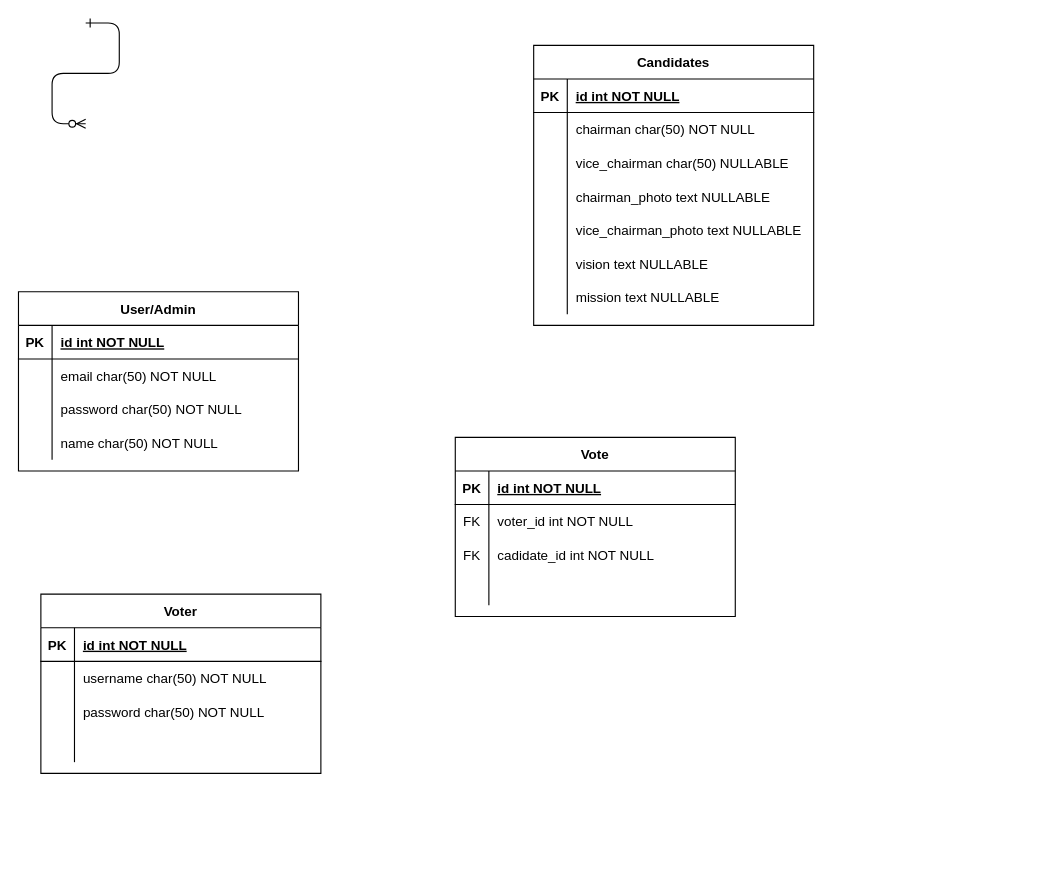
Earlier version of the draw.io diagram page "Page-1" (1 of 2) of Diagram Tanpa Judul.drawio (juanangelaalma/uml). Source tidied: cells renumbered, new cells numbered last; positions are measured from the earlier drawing's top-left corner, leaving out a move shared by most shapes. Both pictures are drawn from the tidied source at 112%, with x=0, y=0 at pixel (18, 22).
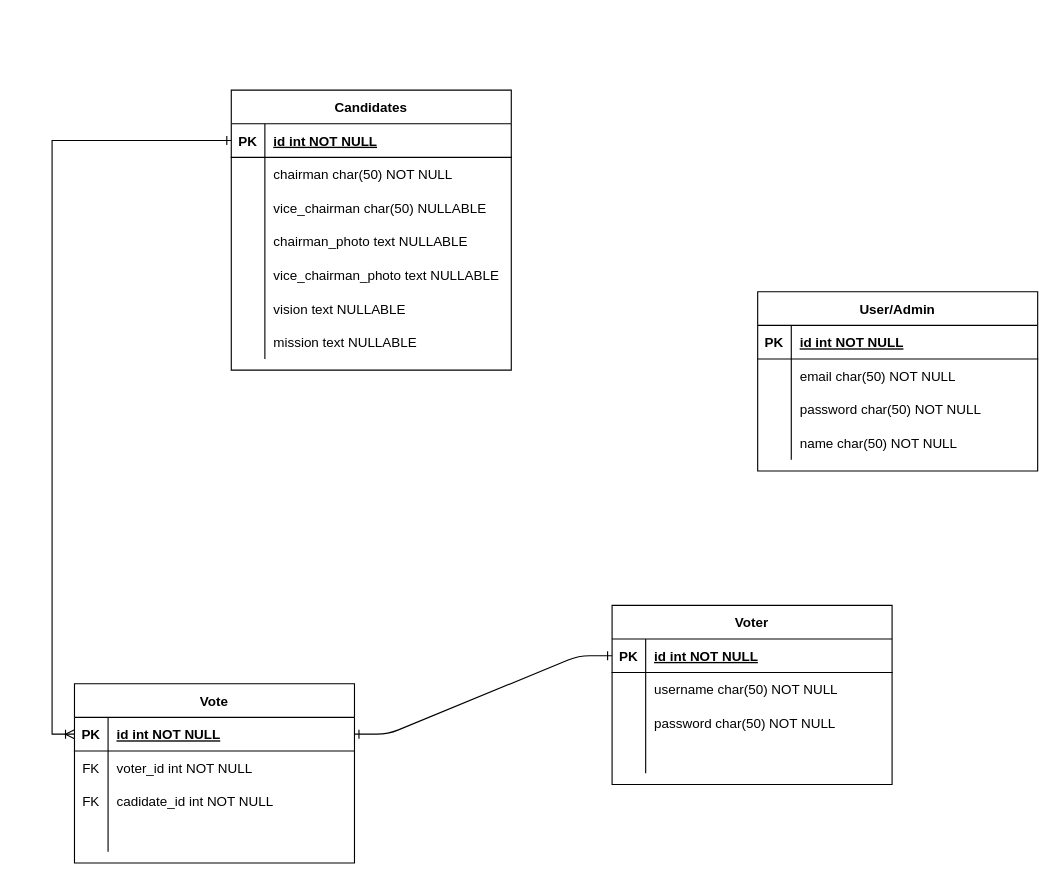
The same diagram, later.

Unchanged cells that the change refers to:
```xml
<mxCell id="4" style="shape=partialRectangle;fillColor=none;points=[[0,0.5],[1,0.5]];portConstraint=eastwest;top=0;left=0;right=0;bottom=1;" parent="3" vertex="1">
  <mxGeometry y="30" width="250" height="30" as="geometry" />
</mxCell>
<mxCell id="39" style="shape=partialRectangle;fillColor=none;points=[[0,0.5],[1,0.5]];portConstraint=eastwest;top=0;left=0;right=0;bottom=1;" parent="38" vertex="1">
  <mxGeometry y="30" width="250" height="30" as="geometry" />
</mxCell>
<mxCell id="52" style="shape=partialRectangle;fillColor=none;points=[[0,0.5],[1,0.5]];portConstraint=eastwest;top=0;left=0;right=0;bottom=1;" parent="51" vertex="1">
  <mxGeometry y="30" width="250" height="30" as="geometry" />
</mxCell>
```

Change to the diagram source:
```diff
@@
-    <mxCell id="2" style="edgeStyle=entityRelationEdgeStyle;endArrow=ERzeroToMany;startArrow=ERone;endFill=1;startFill=0;" parent="1" edge="1">
-      <mxGeometry relative="1" as="geometry">
-        <mxPoint x="60" as="sourcePoint" />
-        <mxPoint x="60" y="90" as="targetPoint" />
-      </mxGeometry>
+    <mxCell id="2" style="edgeStyle=entityRelationEdgeStyle;endArrow=ERone;startArrow=ERone;endFill=0;startFill=0;entryX=1;entryY=0.5;entryDx=0;entryDy=0;" parent="1" edge="1" source="39" target="52">
+      <mxGeometry relative="1" as="geometry" />
     </mxCell>
     <mxCell id="3" value="Candidates" style="shape=table;startSize=30;childLayout=tableLayout;rowLines=0;fontStyle=1;align=center;" parent="1" vertex="1">
-      <mxGeometry x="460" y="20" width="250" height="250" as="geometry" />
+      <mxGeometry x="190" y="60" width="250" height="250" as="geometry" />
     </mxCell>
@@
     <mxCell id="25" value="User/Admin" style="shape=table;startSize=30;childLayout=tableLayout;rowLines=0;fontStyle=1;align=center;" parent="1" vertex="1">
-      <mxGeometry y="240" width="250" height="160" as="geometry" />
+      <mxGeometry x="660" y="240" width="250" height="160" as="geometry" />
     </mxCell>
@@
     <mxCell id="38" value="Voter" style="shape=table;startSize=30;childLayout=tableLayout;rowLines=0;fontStyle=1;align=center;" parent="1" vertex="1">
-      <mxGeometry x="20" y="510" width="250" height="160" as="geometry" />
+      <mxGeometry x="530" y="520" width="250" height="160" as="geometry" />
     </mxCell>
@@
     <mxCell id="51" value="Vote" style="shape=table;startSize=30;childLayout=tableLayout;rowLines=0;fontStyle=1;align=center;" parent="1" vertex="1">
-      <mxGeometry x="390" y="370" width="250" height="160" as="geometry" />
+      <mxGeometry x="50" y="590" width="250" height="160" as="geometry" />
     </mxCell>
@@
+    <mxCell id="64" style="edgeStyle=orthogonalEdgeStyle;rounded=0;jettySize=auto;html=1;endArrow=ERoneToMany;endFill=0;entryX=0;entryY=0.5;entryDx=0;entryDy=0;startArrow=ERone;startFill=0;" parent="1" edge="1" source="4" target="52">
+      <mxGeometry relative="1" as="geometry" />
+    </mxCell>
```
